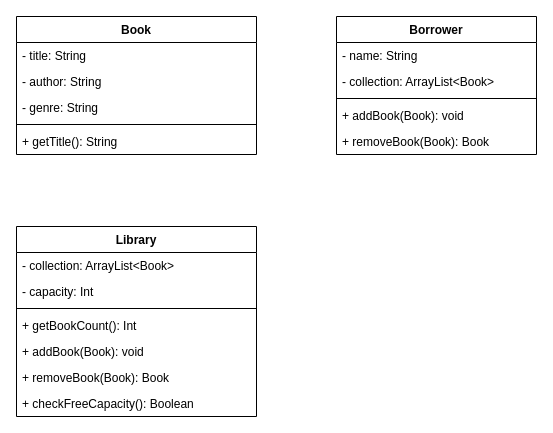
Above: Plan/Bus Stop Lab.drawio in randomlyalex-codeclan/LibraryHomework (draw.io), before the change. Source tidied: cells renumbered, new cells numbered last; positions are measured from the earlier drawing's top-left corner, leaving out a move shared by most shapes. Both pictures are drawn from the tidied source at 100%, with x=0, y=0 at pixel (16, 16).
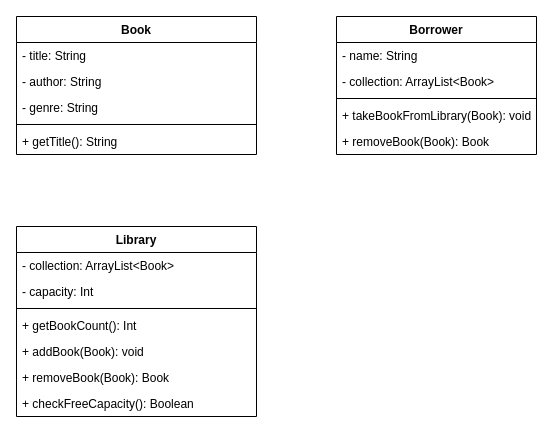
The same diagram, later.

Commit message (it also covers changes not shown here):
borrower test added to take book from library checking both borrower and library

Unchanged cells that the change refers to:
```xml
<mxCell id="16" value="Borrower" style="swimlane;fontStyle=1;align=center;verticalAlign=top;horizontal=1;startSize=26;" parent="1" vertex="1">
  <mxGeometry x="320" width="200" height="138" as="geometry" />
</mxCell>
```

The edit, as a diff of the source:
```diff
@@
-    <mxCell id="20" value="+ addBook(Book): void" style="text;strokeColor=none;fillColor=none;align=left;verticalAlign=top;spacingLeft=4;spacingRight=4;overflow=hidden;" parent="16" vertex="1">
+    <mxCell id="20" value="+ takeBookFromLibrary(Book): void" style="text;strokeColor=none;fillColor=none;align=left;verticalAlign=top;spacingLeft=4;spacingRight=4;overflow=hidden;" parent="16" vertex="1">
       <mxGeometry y="86" width="200" height="26" as="geometry" />
     </mxCell>
```
